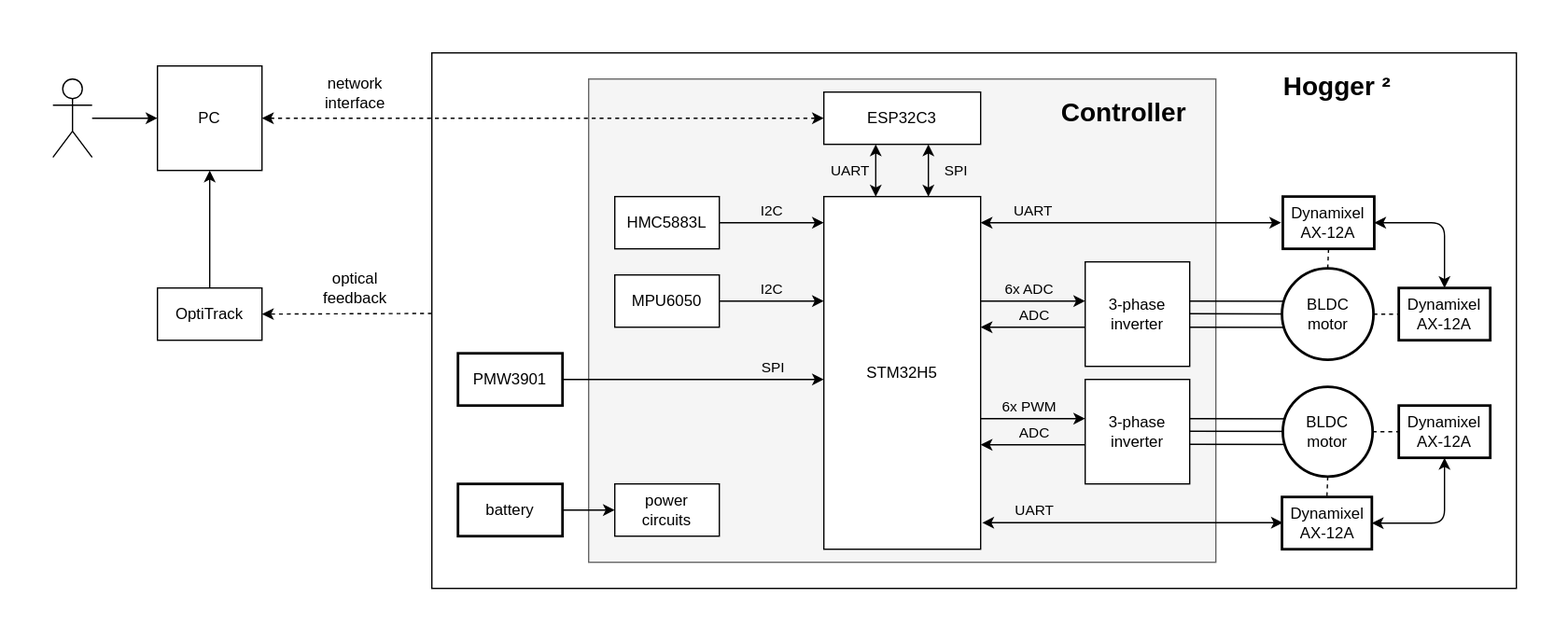
Earlier version of the draw.io export architecture.drawio.svg (Eryk-Mozdzen/hogger2). Source tidied: cells renumbered, new cells last; positions are measured from the earlier drawing's top-left corner, leaving out a move shared by most shapes.
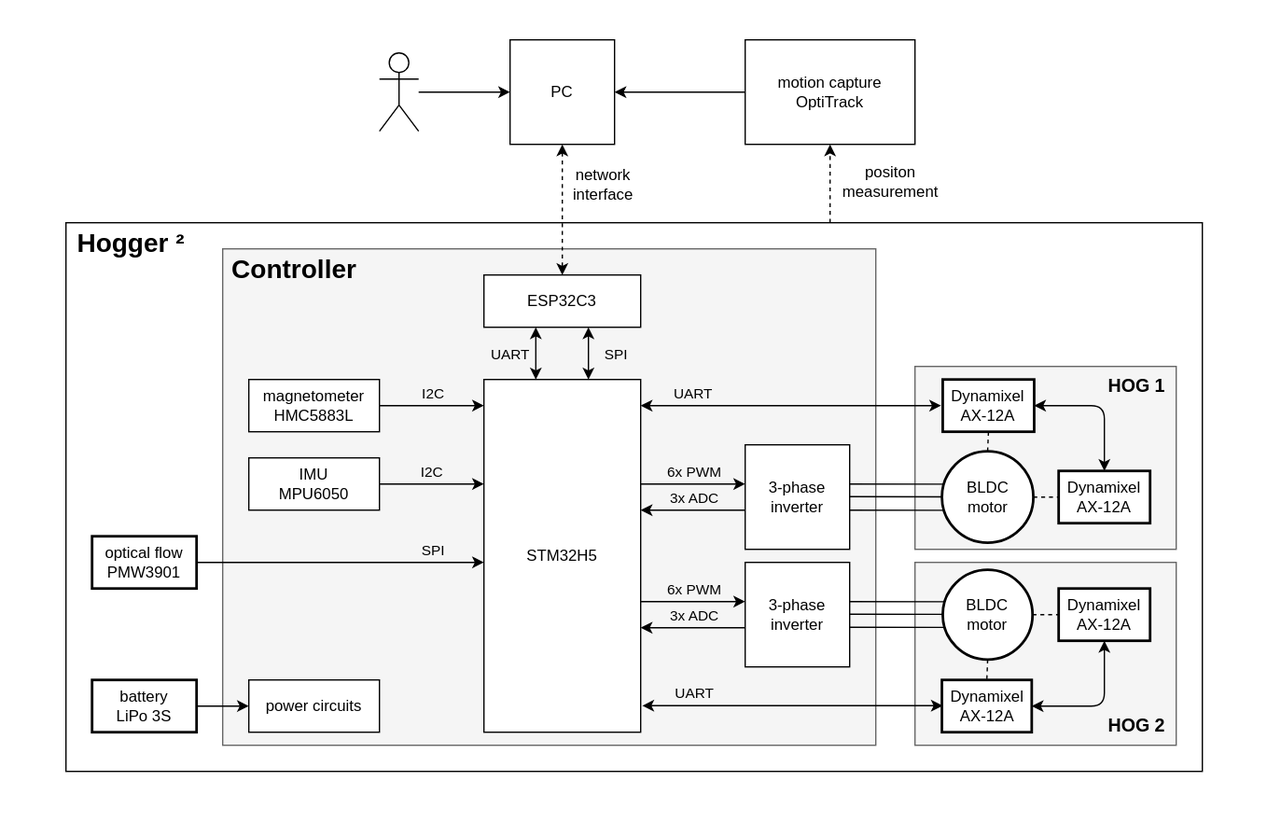
After the change.

What changed in the source:
```diff
@@ -3,13 +3,16 @@
     <mxCell id="0" />
     <mxCell id="1" parent="0" />
     <mxCell id="2" style="rounded=0;whiteSpace=wrap;html=1;strokeColor=none;" parent="1" vertex="1">
-      <mxGeometry width="1200" height="490" as="geometry" />
+      <mxGeometry x="260" y="-140" width="970" height="630" as="geometry" />
     </mxCell>
     <mxCell id="3" style="rounded=0;whiteSpace=wrap;html=1;labelBackgroundColor=none;strokeWidth=1;fontSize=20;" parent="1" vertex="1">
-      <mxGeometry x="330" y="40" width="830" height="410" as="geometry" />
+      <mxGeometry x="310" y="30" width="870" height="420" as="geometry" />
     </mxCell>
+    <mxCell id="66" style="rounded=0;whiteSpace=wrap;html=1;fillColor=#f5f5f5;strokeColor=#666666;fontColor=#333333;" parent="1" vertex="1">
+      <mxGeometry x="960" y="140" width="200" height="140" as="geometry" />
+    </mxCell>
-    <mxCell id="4" style="rounded=0;whiteSpace=wrap;html=1;strokeWidth=1;fillColor=#f5f5f5;fontColor=#333333;strokeColor=#666666;" parent="1" vertex="1">
-      <mxGeometry x="450" y="60" width="480" height="370" as="geometry" />
+    <mxCell id="4" style="rounded=0;whiteSpace=wrap;html=1;strokeWidth=1;fillColor=#f5f5f5;strokeColor=#666666;fontColor=#333333;" parent="1" vertex="1">
+      <mxGeometry x="430" y="50" width="500" height="380" as="geometry" />
     </mxCell>
     <mxCell id="5" value="STM32H5" style="rounded=0;whiteSpace=wrap;html=1;" parent="1" vertex="1">
       <mxGeometry x="630" y="150" width="120" height="270" as="geometry" />
@@ -20,6 +23,9 @@
     <mxCell id="7" value="3-phase&lt;br style=&quot;border-color: var(--border-color);&quot;&gt;inverter" style="rounded=0;whiteSpace=wrap;html=1;" parent="1" vertex="1">
       <mxGeometry x="830" y="200" width="80" height="80" as="geometry" />
     </mxCell>
+    <mxCell id="67" style="rounded=0;whiteSpace=wrap;html=1;fillColor=#f5f5f5;strokeColor=#666666;fontColor=#333333;" parent="1" vertex="1">
+      <mxGeometry x="960" y="290" width="200" height="140" as="geometry" />
+    </mxCell>
     <mxCell id="8" value="Dynamixel&lt;br&gt;AX-12A" style="rounded=0;whiteSpace=wrap;html=1;strokeWidth=2;" parent="1" vertex="1">
       <mxGeometry x="980.6" y="380" width="68.8" height="40" as="geometry" />
     </mxCell>
@@ -38,9 +44,9 @@
         <mxPoint x="830" y="230" as="targetPoint" />
       </mxGeometry>
     </mxCell>
-    <mxCell id="13" value="6x ADC" style="edgeLabel;html=1;align=center;verticalAlign=middle;labelBackgroundColor=none;" parent="12" vertex="1">
+    <mxCell id="13" value="6x PWM" style="edgeLabel;html=1;align=center;verticalAlign=middle;labelBackgroundColor=none;" parent="12" vertex="1">
       <mxGeometry x="-0.45" relative="1" as="geometry">
-        <mxPoint x="14" y="-10" as="offset" />
+        <mxPoint x="18" y="-10" as="offset" />
       </mxGeometry>
     </mxCell>
     <mxCell id="14" style="endArrow=classic;html=1;" parent="1" edge="1">
@@ -49,7 +55,7 @@
         <mxPoint x="750" y="250" as="targetPoint" />
       </mxGeometry>
     </mxCell>
-    <mxCell id="15" value="ADC" style="edgeLabel;html=1;align=center;verticalAlign=middle;labelBackgroundColor=none;" parent="14" vertex="1">
+    <mxCell id="15" value="3x ADC" style="edgeLabel;html=1;align=center;verticalAlign=middle;labelBackgroundColor=none;" parent="14" vertex="1">
       <mxGeometry x="0.35" y="2" relative="1" as="geometry">
         <mxPoint x="14" y="-12" as="offset" />
       </mxGeometry>
@@ -62,7 +68,7 @@
     </mxCell>
     <mxCell id="17" value="6x PWM" style="edgeLabel;html=1;align=center;verticalAlign=middle;labelBackgroundColor=none;" parent="16" vertex="1">
       <mxGeometry x="-0.45" relative="1" as="geometry">
-        <mxPoint x="14" y="-10" as="offset" />
+        <mxPoint x="18" y="-10" as="offset" />
       </mxGeometry>
     </mxCell>
     <mxCell id="18" style="endArrow=classic;html=1;" parent="1" edge="1">
@@ -71,7 +77,7 @@
         <mxPoint x="750" y="340" as="targetPoint" />
       </mxGeometry>
     </mxCell>
-    <mxCell id="19" value="ADC" style="edgeLabel;html=1;align=center;verticalAlign=middle;labelBackgroundColor=none;" parent="18" vertex="1">
+    <mxCell id="19" value="3x ADC" style="edgeLabel;html=1;align=center;verticalAlign=middle;labelBackgroundColor=none;" parent="18" vertex="1">
       <mxGeometry x="0.35" y="2" relative="1" as="geometry">
         <mxPoint x="14" y="-12" as="offset" />
       </mxGeometry>
@@ -148,11 +154,11 @@
     <mxCell id="32" style="edgeStyle=none;html=1;entryX=0;entryY=0.5;entryDx=0;entryDy=0;" parent="1" edge="1" source="33" target="34">
       <mxGeometry relative="1" as="geometry" />
     </mxCell>
-    <mxCell id="33" value="battery" style="rounded=0;whiteSpace=wrap;html=1;strokeWidth=2;" parent="1" vertex="1">
-      <mxGeometry x="350" y="370" width="80" height="40" as="geometry" />
+    <mxCell id="33" value="battery&lt;br&gt;LiPo 3S" style="rounded=0;whiteSpace=wrap;html=1;strokeWidth=2;" parent="1" vertex="1">
+      <mxGeometry x="330" y="380" width="80" height="40" as="geometry" />
     </mxCell>
-    <mxCell id="34" value="power&lt;br&gt;circuits" style="rounded=0;whiteSpace=wrap;html=1;" parent="1" vertex="1">
-      <mxGeometry x="470" y="370" width="80" height="40" as="geometry" />
+    <mxCell id="34" value="power circuits" style="rounded=0;whiteSpace=wrap;html=1;" parent="1" vertex="1">
+      <mxGeometry x="450" y="380" width="100" height="40" as="geometry" />
     </mxCell>
     <mxCell id="35" value="ESP32C3" style="rounded=0;whiteSpace=wrap;html=1;" parent="1" vertex="1">
       <mxGeometry x="630" y="70" width="120" height="40" as="geometry" />
@@ -179,14 +185,14 @@
         <mxPoint x="19" y="6" as="offset" />
       </mxGeometry>
     </mxCell>
-    <mxCell id="40" value="MPU6050" style="rounded=0;whiteSpace=wrap;html=1;" parent="1" vertex="1">
-      <mxGeometry x="470" y="210" width="80" height="40" as="geometry" />
+    <mxCell id="40" value="IMU&lt;br&gt;MPU6050" style="rounded=0;whiteSpace=wrap;html=1;" parent="1" vertex="1">
+      <mxGeometry x="450" y="210" width="100" height="40" as="geometry" />
     </mxCell>
-    <mxCell id="41" value="HMC5883L" style="rounded=0;whiteSpace=wrap;html=1;" parent="1" vertex="1">
-      <mxGeometry x="470" y="150" width="80" height="40" as="geometry" />
+    <mxCell id="41" value="magnetometer&lt;br&gt;HMC5883L" style="rounded=0;whiteSpace=wrap;html=1;" parent="1" vertex="1">
+      <mxGeometry x="450" y="150" width="100" height="40" as="geometry" />
     </mxCell>
-    <mxCell id="42" value="PMW3901" style="rounded=0;whiteSpace=wrap;html=1;strokeWidth=2;" parent="1" vertex="1">
-      <mxGeometry x="350" y="270" width="80" height="40" as="geometry" />
+    <mxCell id="42" value="optical flow&lt;br&gt;PMW3901" style="rounded=0;whiteSpace=wrap;html=1;strokeWidth=2;" parent="1" vertex="1">
+      <mxGeometry x="330" y="270" width="80" height="40" as="geometry" />
     </mxCell>
     <mxCell id="43" style="edgeStyle=none;html=1;" parent="1" edge="1" source="42">
       <mxGeometry relative="1" as="geometry">
@@ -195,7 +201,7 @@
     </mxCell>
     <mxCell id="44" value="SPI" style="edgeLabel;html=1;align=center;verticalAlign=middle;labelBackgroundColor=none;" parent="43" vertex="1">
       <mxGeometry x="0.36" y="1" relative="1" as="geometry">
-        <mxPoint x="24" y="-9" as="offset" />
+        <mxPoint x="30" y="-9" as="offset" />
       </mxGeometry>
     </mxCell>
     <mxCell id="45" style="edgeStyle=none;html=1;" parent="1" edge="1" source="40">
@@ -227,45 +233,43 @@
     <mxCell id="50" value="BLDC&lt;br&gt;motor" style="ellipse;whiteSpace=wrap;html=1;strokeWidth=2;" parent="1" vertex="1">
       <mxGeometry x="980.6" y="205" width="70" height="70" as="geometry" />
     </mxCell>
-    <mxCell id="51" value="&lt;b&gt;&lt;font style=&quot;font-size: 20px;&quot;&gt;Controller&lt;/font&gt;&lt;/b&gt;" style="text;html=1;strokeColor=none;fillColor=none;align=left;verticalAlign=middle;whiteSpace=wrap;rounded=0;labelBackgroundColor=none;strokeWidth=1;" parent="1" vertex="1">
-      <mxGeometry x="810" y="70" width="110" height="30" as="geometry" />
+    <mxCell id="51" value="&lt;b&gt;&lt;font style=&quot;font-size: 20px;&quot;&gt;Controller&lt;/font&gt;&lt;/b&gt;" style="text;html=1;strokeColor=none;fillColor=none;align=center;verticalAlign=middle;whiteSpace=wrap;rounded=0;labelBackgroundColor=none;strokeWidth=1;" parent="1" vertex="1">
+      <mxGeometry x="430" y="50" width="110" height="30" as="geometry" />
     </mxCell>
-    <mxCell id="52" value="&lt;b&gt;&lt;font style=&quot;font-size: 20px;&quot;&gt;Hogger&lt;/font&gt;&lt;/b&gt;&lt;span class=&quot;c1tjc3o4&quot;&gt;&lt;b&gt;&lt;font style=&quot;font-size: 20px;&quot;&gt;²&lt;/font&gt;&lt;/b&gt;&lt;/span&gt;" style="text;html=1;strokeColor=none;fillColor=none;align=left;verticalAlign=middle;whiteSpace=wrap;rounded=0;labelBackgroundColor=none;strokeWidth=1;" parent="1" vertex="1">
-      <mxGeometry x="980" y="50" width="110" height="30" as="geometry" />
+    <mxCell id="52" value="&lt;b&gt;&lt;font style=&quot;font-size: 20px;&quot;&gt;Hogger&lt;/font&gt;&lt;/b&gt;&lt;span class=&quot;c1tjc3o4&quot;&gt;&lt;b&gt;&lt;font style=&quot;font-size: 20px;&quot;&gt;²&lt;/font&gt;&lt;/b&gt;&lt;/span&gt;" style="text;html=1;strokeColor=none;fillColor=none;align=center;verticalAlign=middle;whiteSpace=wrap;rounded=0;labelBackgroundColor=none;strokeWidth=1;" parent="1" vertex="1">
+      <mxGeometry x="310" y="30" width="100" height="30" as="geometry" />
     </mxCell>
     <mxCell id="53" value="PC" style="rounded=0;whiteSpace=wrap;html=1;" parent="1" vertex="1">
-      <mxGeometry x="120" y="50" width="80" height="80" as="geometry" />
+      <mxGeometry x="650" y="-110" width="80" height="80" as="geometry" />
     </mxCell>
-    <mxCell id="54" style="edgeStyle=none;html=1;entryX=0;entryY=0.5;entryDx=0;entryDy=0;" parent="1" edge="1" source="55" target="53">
+    <mxCell id="54" style="edgeStyle=none;html=1;entryX=0;entryY=0.5;entryDx=0;entryDy=0;startArrow=none;startFill=0;" parent="1" edge="1" source="55" target="53">
       <mxGeometry relative="1" as="geometry" />
     </mxCell>
     <mxCell id="55" style="shape=umlActor;verticalLabelPosition=bottom;verticalAlign=top;html=1;outlineConnect=0;" parent="1" vertex="1">
-      <mxGeometry x="40" y="60" width="30" height="60" as="geometry" />
+      <mxGeometry x="550" y="-100" width="30" height="60" as="geometry" />
     </mxCell>
-    <mxCell id="56" value="OptiTrack" style="rounded=0;whiteSpace=wrap;html=1;labelBackgroundColor=none;strokeWidth=1;fontSize=12;" parent="1" vertex="1">
-      <mxGeometry x="120" y="220" width="80" height="40" as="geometry" />
+    <mxCell id="56" value="motion capture&lt;br&gt;OptiTrack" style="rounded=0;whiteSpace=wrap;html=1;labelBackgroundColor=none;strokeWidth=1;fontSize=12;" parent="1" vertex="1">
+      <mxGeometry x="830" y="-110" width="130" height="80" as="geometry" />
     </mxCell>
-    <mxCell id="57" style="endArrow=classic;startArrow=classic;html=1;dashed=1;entryX=0;entryY=0.5;entryDx=0;entryDy=0;exitX=1;exitY=0.5;exitDx=0;exitDy=0;" parent="1" edge="1" source="53">
-      <mxGeometry relative="1" as="geometry">
-        <mxPoint x="630" y="90" as="targetPoint" />
-      </mxGeometry>
+    <mxCell id="57" style="endArrow=classic;startArrow=classic;html=1;dashed=1;entryX=0.5;entryY=0;entryDx=0;entryDy=0;exitX=0.5;exitY=1;exitDx=0;exitDy=0;" parent="1" edge="1" source="53" target="35">
+      <mxGeometry relative="1" as="geometry" />
     </mxCell>
     <mxCell id="58" value="network&lt;br&gt;interface" style="edgeLabel;html=1;align=center;verticalAlign=middle;fontSize=12;" parent="57" vertex="1">
       <mxGeometry x="-0.41" y="2" relative="1" as="geometry">
-        <mxPoint x="-57" y="-18" as="offset" />
+        <mxPoint x="28" as="offset" />
       </mxGeometry>
     </mxCell>
-    <mxCell id="59" style="endArrow=classic;html=1;fontSize=12;dashed=1;entryX=1;entryY=0.5;entryDx=0;entryDy=0;" parent="1" edge="1" target="56">
+    <mxCell id="59" style="endArrow=classic;html=1;fontSize=12;dashed=1;entryX=0.5;entryY=1;entryDx=0;entryDy=0;" parent="1" edge="1" target="56">
       <mxGeometry relative="1" as="geometry">
-        <mxPoint x="330" y="239.5" as="sourcePoint" />
+        <mxPoint x="895" y="30" as="sourcePoint" />
       </mxGeometry>
     </mxCell>
-    <mxCell id="60" value="&lt;span style=&quot;color: rgb(0, 0, 0); font-size: 12px;&quot;&gt;optical&lt;br&gt;feedback&lt;/span&gt;" style="edgeLabel;html=1;align=center;verticalAlign=middle;" parent="59" vertex="1">
+    <mxCell id="60" value="&lt;span style=&quot;font-size: 12px;&quot;&gt;positon&lt;br&gt;measurement&lt;/span&gt;" style="edgeLabel;html=1;align=center;verticalAlign=middle;" parent="59" vertex="1">
       <mxGeometry x="-0.23" y="1" relative="1" as="geometry">
-        <mxPoint x="-9" y="-21" as="offset" />
+        <mxPoint x="46" y="-9" as="offset" />
       </mxGeometry>
     </mxCell>
-    <mxCell id="61" style="endArrow=classic;html=1;fontSize=12;exitX=0.5;exitY=0;exitDx=0;exitDy=0;entryX=0.5;entryY=1;entryDx=0;entryDy=0;" parent="1" edge="1" source="56" target="53">
+    <mxCell id="61" style="endArrow=classic;html=1;fontSize=12;exitX=0;exitY=0.5;exitDx=0;exitDy=0;entryX=1;entryY=0.5;entryDx=0;entryDy=0;" parent="1" edge="1" source="56" target="53">
       <mxGeometry relative="1" as="geometry" />
     </mxCell>
     <mxCell id="62" style="endArrow=none;dashed=1;html=1;entryX=0;entryY=0.5;entryDx=0;entryDy=0;" parent="1" edge="1" source="50" target="11">
@@ -280,5 +284,11 @@
     <mxCell id="65" style="endArrow=none;dashed=1;html=1;entryX=0.5;entryY=0;entryDx=0;entryDy=0;" parent="1" edge="1" source="31" target="8">
       <mxGeometry relative="1" as="geometry" />
     </mxCell>
+    <mxCell id="68" value="&lt;span&gt;&lt;b&gt;HOG 1&lt;/b&gt;&lt;/span&gt;" style="text;html=1;strokeColor=none;fillColor=none;align=center;verticalAlign=middle;whiteSpace=wrap;rounded=0;labelBackgroundColor=none;strokeWidth=1;fontSize=14;" parent="1" vertex="1">
+      <mxGeometry x="1100" y="140" width="60" height="30" as="geometry" />
+    </mxCell>
+    <mxCell id="69" value="&lt;span&gt;&lt;b&gt;HOG 2&lt;/b&gt;&lt;/span&gt;" style="text;html=1;strokeColor=none;fillColor=none;align=center;verticalAlign=middle;whiteSpace=wrap;rounded=0;labelBackgroundColor=none;strokeWidth=1;fontSize=14;" parent="1" vertex="1">
+      <mxGeometry x="1100" y="400" width="60" height="30" as="geometry" />
+    </mxCell>
   </root>
 </mxGraphModel>
```
